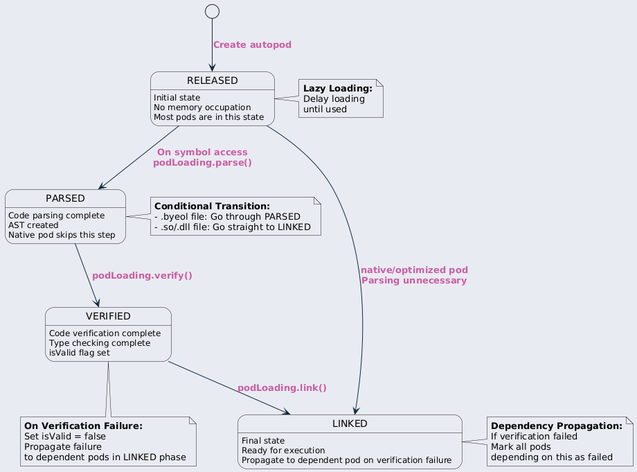
Above: ref/generated/ko/inline_umlgraph_31.png in byeolang/website (PlantUML), before the change.
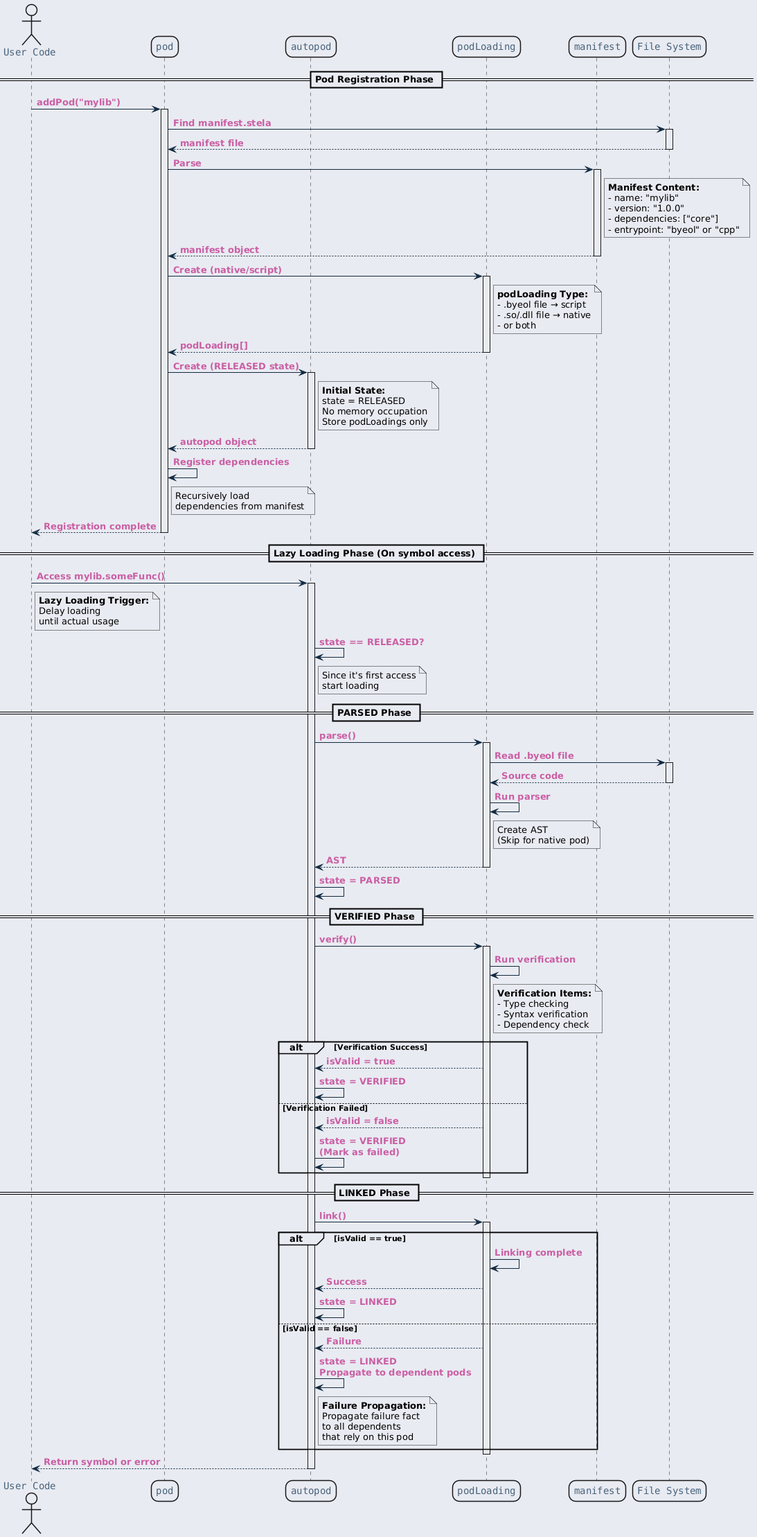
Later version of the same file.

What changed in the source:
```diff
@@ -23,62 +23,168 @@
     }
 }
 </style>
-[*] --> RELEASED : Create autopod
+actor "User Code" as user
+participant "pod" as loader
+participant "autopod" as autopod
+participant "podLoading" as podLoading
+participant "manifest" as manifest
+participant "File System" as fs
 
-state RELEASED {
-    RELEASED : Initial state
-    RELEASED : No memory occupation
-    RELEASED : Most pods are in this state
-}
+== Pod Registration Phase ==
 
-state PARSED {
-    PARSED : Code parsing complete
-    PARSED : AST created
-    PARSED : Native pod skips this step
-}
+user -> loader : addPod("mylib")
+activate loader
 
-state VERIFIED {
-    VERIFIED : Code verification complete
-    VERIFIED : Type checking complete
-    VERIFIED : isValid flag set
-}
+loader -> fs : Find manifest.stela
+activate fs
 
-state LINKED {
-    LINKED : Final state
-    LINKED : Ready for execution
-    LINKED : Propagate to dependent pod on verification failure
-}
+fs --> loader : manifest file
+deactivate fs
 
-RELEASED --> PARSED : On symbol access\npodLoading.parse()
-RELEASED --> LINKED : native/optimized pod\nParsing unnecessary
+loader -> manifest : Parse
+activate manifest
 
-PARSED --> VERIFIED : podLoading.verify()
-
-VERIFIED --> LINKED : podLoading.link()
-
-note right of RELEASED
-  <b>Lazy Loading:</b>
-  Delay loading
-  until used
+note right of manifest
+  <b>Manifest Content:</b>
+  - name: "mylib"
+  - version: "1.0.0"
+  - dependencies: ["core"]
+  - entrypoint: "byeol" or "cpp"
 end note
 
-note right of PARSED
-  <b>Conditional Transition:</b>
-  - .byeol file: Go through PARSED
-  - .so/.dll file: Go straight to LINKED
+manifest --> loader : manifest object
+deactivate manifest
+
+loader -> podLoading : Create (native/script)
+activate podLoading
+
+note right of podLoading
+  <b>podLoading Type:</b>
+  - .byeol file → script
+  - .so/.dll file → native
+  - or both
 end note
 
-note bottom of VERIFIED
-  <b>On Verification Failure:</b>
-  Set isValid = false
-  Propagate failure
-  to dependent pods in LINKED phase
+podLoading --> loader : podLoading[]
+deactivate podLoading
+
+loader -> autopod : Create (RELEASED state)
+activate autopod
+
+note right of autopod
+  <b>Initial State:</b>
+  state = RELEASED
+  No memory occupation
+  Store podLoadings only
 end note
 
-note right of LINKED
-  <b>Dependency Propagation:</b>
-  If verification failed
-  Mark all pods
-  depending on this as failed
+autopod --> loader : autopod object
+deactivate autopod
+
+loader -> loader : Register dependencies
+note right of loader
+  Recursively load
+  dependencies from manifest
 end note
+
+loader --> user : Registration complete
+deactivate loader
+
+== Lazy Loading Phase (On symbol access) ==
+
+user -> autopod : Access mylib.someFunc()
+activate autopod
+
+note right of user
+  <b>Lazy Loading Trigger:</b>
+  Delay loading
+  until actual usage
+end note
+
+autopod -> autopod : state == RELEASED?
+note right of autopod
+  Since it's first access
+  start loading
+end note
+
+== PARSED Phase ==
+
+autopod -> podLoading : parse()
+activate podLoading
+
+podLoading -> fs : Read .byeol file
+activate fs
+
+fs --> podLoading : Source code
+deactivate fs
+
+podLoading -> podLoading : Run parser
+note right of podLoading
+  Create AST
+  (Skip for native pod)
+end note
+
+podLoading --> autopod : AST
+deactivate podLoading
+
+autopod -> autopod : state = PARSED
+
+== VERIFIED Phase ==
+
+autopod -> podLoading : verify()
+activate podLoading
+
+podLoading -> podLoading : Run verification
+note right of podLoading
+  <b>Verification Items:</b>
+  - Type checking
+  - Syntax verification
+  - Dependency check
+end note
+
+alt Verification Success
+
+    podLoading --> autopod : isValid = true
+    autopod -> autopod : state = VERIFIED
+
+else Verification Failed
+
+    podLoading --> autopod : isValid = false
+    autopod -> autopod : state = VERIFIED\n(Mark as failed)
+
+end
+
+deactivate podLoading
+
+== LINKED Phase ==
+
+autopod -> podLoading : link()
+activate podLoading
+
+alt isValid == true
+
+    podLoading -> podLoading : Linking complete
+    podLoading --> autopod : Success
+
+    autopod -> autopod : state = LINKED
+
+else isValid == false
+
+    podLoading --> autopod : Failure
+
+    autopod -> autopod : state = LINKED\nPropagate to dependent pods
+
+    note right of autopod
+      <b>Failure Propagation:</b>
+      Propagate failure fact
+      to all dependents
+      that rely on this pod
+    end note
+
+end
+
+deactivate podLoading
+
+autopod --> user : Return symbol or error
+deactivate autopod
 @enduml
```
